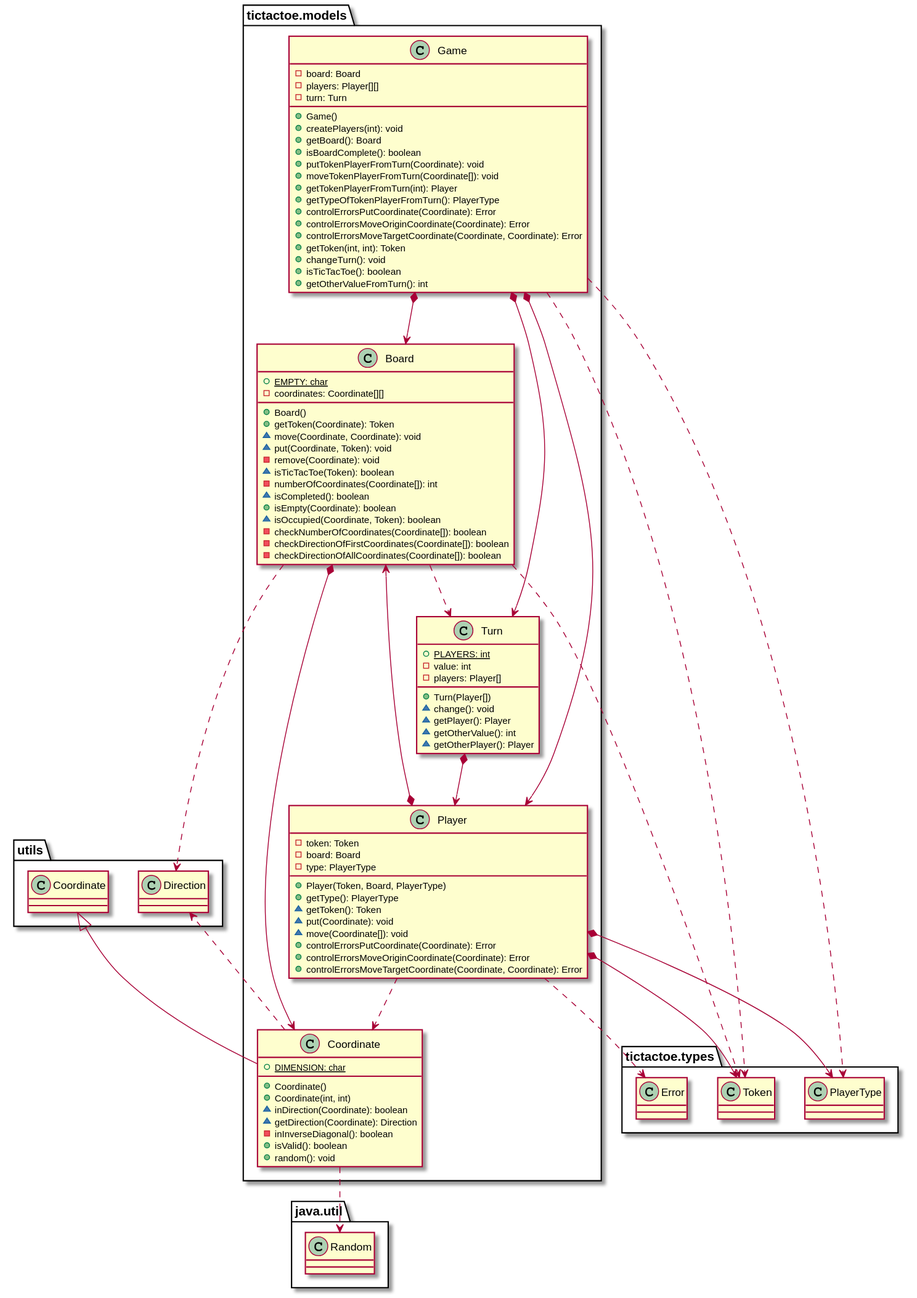
This is docs/build/docs/asciidoc/images/tictactoeModelsVersion5.svg from x-USantaTecla-game-ticTacToe/java, a PlantUML export, as it was before one commit.
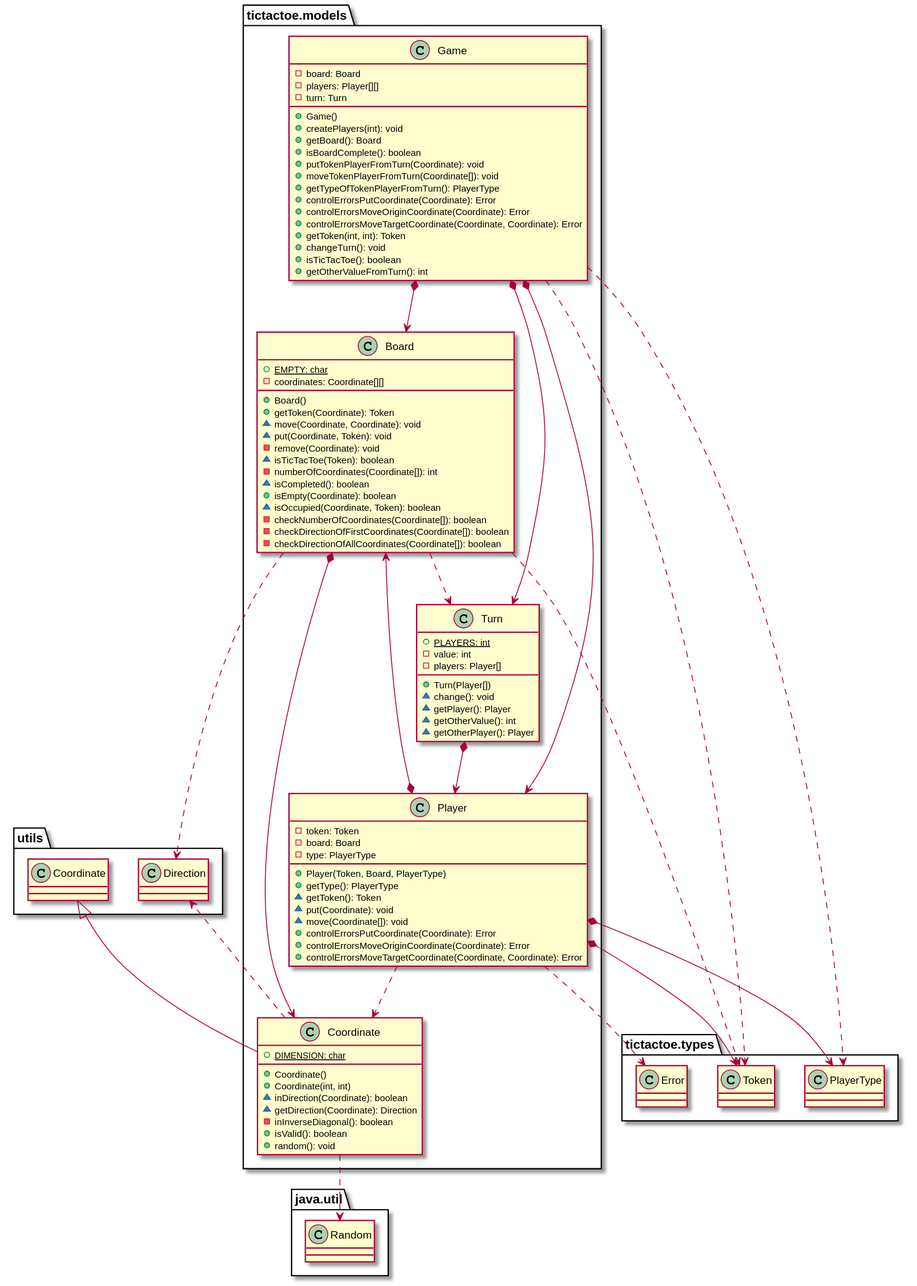
The same diagram one commit later.

What changed in the source:
```diff
@@ -46,7 +46,6 @@
 + isBoardComplete(): boolean
 + putTokenPlayerFromTurn(Coordinate): void
 + moveTokenPlayerFromTurn(Coordinate[]): void
-+ getTokenPlayerFromTurn(int): Player
 + getTypeOfTokenPlayerFromTurn(): PlayerType
 + controlErrorsPutCoordinate(Coordinate): Error
 + controlErrorsMoveOriginCoordinate(Coordinate): Error
```
